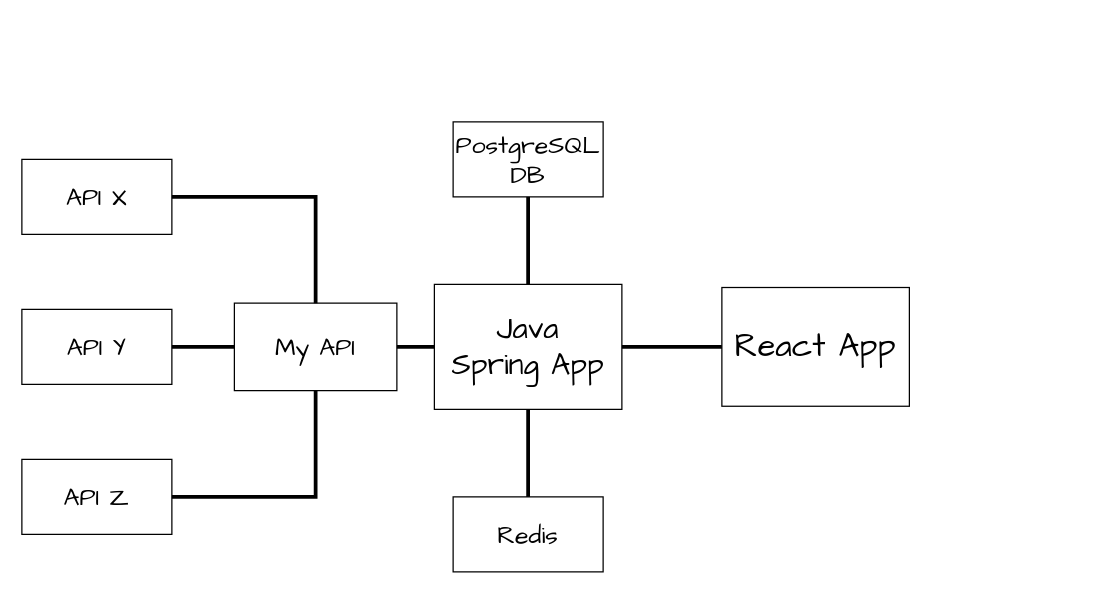
Rozhkov109/panoptium keeps this draw.io diagram as page "App Structure" (1 of 4) of documentation/diagrams/Panoptium.drawio. Above is the earlier version. Source tidied: cells renumbered, new cells numbered last; positions are measured from the earlier drawing's top-left corner, leaving out a move shared by most shapes. Both pictures are drawn from the tidied source at 125%, with x=0, y=0 at pixel (21, 121).
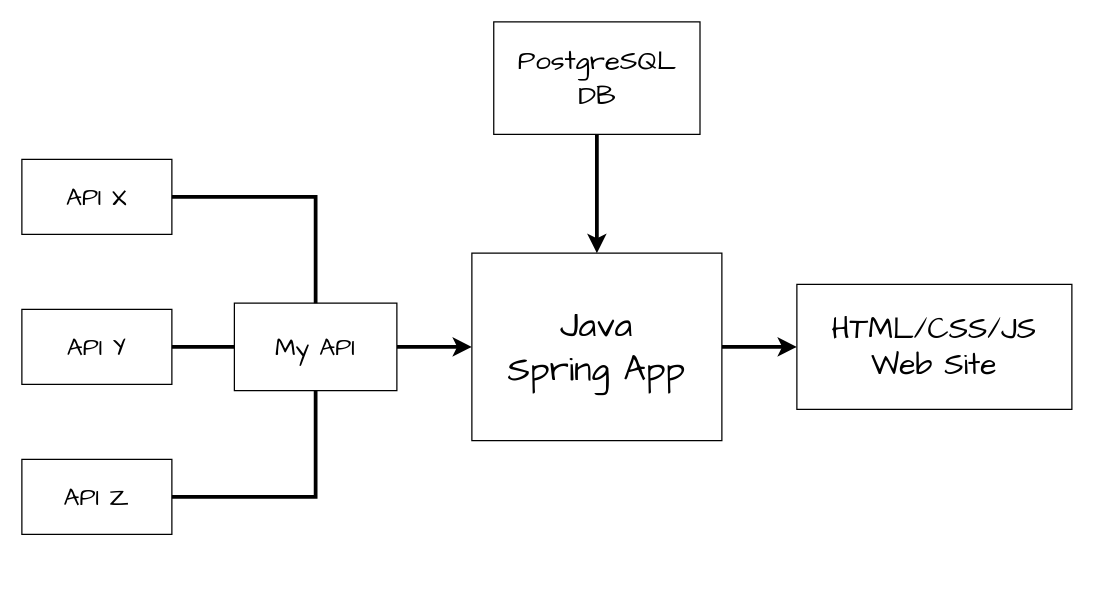
After the change.

What changed in the source:
```diff
@@
 <mxGraphModel>
   <root>
     <mxCell id="0" />
     <mxCell id="1" parent="0" />
     <mxCell id="2" value="&lt;font style=&quot;font-size: 20px;&quot; face=&quot;Comic Sans MS&quot;&gt;API X&lt;/font&gt;" style="rounded=0;whiteSpace=wrap;html=1;" parent="1" vertex="1">
       <mxGeometry y="30" width="120" height="60" as="geometry" />
     </mxCell>
     <mxCell id="3" value="&lt;font style=&quot;font-size: 20px;&quot; face=&quot;Comic Sans MS&quot;&gt;API Y&lt;/font&gt;" style="rounded=0;whiteSpace=wrap;html=1;" parent="1" vertex="1">
       <mxGeometry y="150" width="120" height="60" as="geometry" />
     </mxCell>
     <mxCell id="4" value="&lt;font style=&quot;font-size: 20px;&quot; face=&quot;Comic Sans MS&quot;&gt;API Z&lt;/font&gt;" style="rounded=0;whiteSpace=wrap;html=1;" parent="1" vertex="1">
       <mxGeometry y="270" width="120" height="60" as="geometry" />
     </mxCell>
+    <mxCell id="17" style="edgeStyle=orthogonalEdgeStyle;rounded=0;jettySize=auto;html=1;entryX=0;entryY=0.5;entryDx=0;entryDy=0;strokeWidth=3;" parent="1" edge="1" source="5" target="6">
+      <mxGeometry relative="1" as="geometry" />
+    </mxCell>
     <mxCell id="5" value="&lt;font style=&quot;font-size: 20px;&quot; face=&quot;Comic Sans MS&quot;&gt;My API&lt;/font&gt;" style="rounded=0;whiteSpace=wrap;html=1;" parent="1" vertex="1">
       <mxGeometry x="170" y="145" width="130" height="70" as="geometry" />
     </mxCell>
+    <mxCell id="18" style="edgeStyle=orthogonalEdgeStyle;rounded=0;jettySize=auto;html=1;entryX=0;entryY=0.5;entryDx=0;entryDy=0;strokeColor=default;endArrow=classic;startFill=0;strokeWidth=3;endFill=1;" parent="1" edge="1" source="6" target="19">
+      <mxGeometry relative="1" as="geometry" />
+    </mxCell>
-    <mxCell id="6" value="&lt;font style=&quot;font-size: 24px;&quot; face=&quot;Comic Sans MS&quot;&gt;Java&lt;br&gt;Spring App&lt;/font&gt;" style="rounded=0;whiteSpace=wrap;html=1;" parent="1" vertex="1">
-      <mxGeometry x="330" y="130" width="150" height="100" as="geometry" />
+    <mxCell id="6" value="&lt;font face=&quot;Comic Sans MS&quot;&gt;Java&lt;br&gt;Spring App&lt;/font&gt;" style="rounded=0;whiteSpace=wrap;html=1;fontSize=28;" parent="1" vertex="1">
+      <mxGeometry x="360" y="105" width="200" height="150" as="geometry" />
     </mxCell>
+    <mxCell id="14" style="edgeStyle=orthogonalEdgeStyle;rounded=0;jettySize=auto;html=1;strokeWidth=3;" parent="1" edge="1" source="7" target="6">
+      <mxGeometry relative="1" as="geometry" />
+    </mxCell>
-    <mxCell id="7" value="&lt;font face=&quot;Comic Sans MS&quot;&gt;&lt;span style=&quot;font-size: 20px;&quot;&gt;PostgreSQL&lt;/span&gt;&lt;/font&gt;&lt;div&gt;&lt;font face=&quot;Comic Sans MS&quot;&gt;&lt;span style=&quot;font-size: 20px;&quot;&gt;DB&lt;/span&gt;&lt;/font&gt;&lt;/div&gt;" style="rounded=0;whiteSpace=wrap;html=1;" parent="1" vertex="1">
-      <mxGeometry x="345" width="120" height="60" as="geometry" />
+    <mxCell id="7" value="&lt;font face=&quot;Comic Sans MS&quot;&gt;&lt;span&gt;PostgreSQL&lt;/span&gt;&lt;/font&gt;&lt;div&gt;&lt;font face=&quot;Comic Sans MS&quot;&gt;&lt;span&gt;DB&lt;/span&gt;&lt;/font&gt;&lt;/div&gt;" style="rounded=0;whiteSpace=wrap;html=1;fontSize=22;" parent="1" vertex="1">
+      <mxGeometry x="377.5" y="-80" width="165" height="90" as="geometry" />
     </mxCell>
-    <mxCell id="8" value="&lt;font style=&quot;font-size: 20px;&quot; face=&quot;Comic Sans MS&quot;&gt;Redis&lt;/font&gt;" style="rounded=0;whiteSpace=wrap;html=1;" parent="1" vertex="1">
-      <mxGeometry x="345" y="300" width="120" height="60" as="geometry" />
-    </mxCell>
-    <mxCell id="9" value="&lt;font style=&quot;font-size: 26px;&quot; face=&quot;Comic Sans MS&quot;&gt;React App&lt;/font&gt;" style="rounded=0;whiteSpace=wrap;html=1;" parent="1" vertex="1">
-      <mxGeometry x="560" y="132.5" width="150" height="95" as="geometry" />
-    </mxCell>
     <mxCell id="10" style="endArrow=none;html=1;rounded=0;entryX=0.5;entryY=0;entryDx=0;entryDy=0;exitX=1;exitY=0.5;exitDx=0;exitDy=0;strokeWidth=3;" parent="1" edge="1" source="2" target="5">
       <mxGeometry relative="1" as="geometry">
         <Array as="points">
           <mxPoint x="235" y="60" />
         </Array>
       </mxGeometry>
     </mxCell>
     <mxCell id="11" style="endArrow=none;html=1;rounded=0;entryX=0;entryY=0.5;entryDx=0;entryDy=0;exitX=1;exitY=0.5;exitDx=0;exitDy=0;strokeWidth=3;" parent="1" edge="1" source="3" target="5">
       <mxGeometry relative="1" as="geometry" />
     </mxCell>
     <mxCell id="12" style="endArrow=none;html=1;rounded=0;entryX=0.5;entryY=1;entryDx=0;entryDy=0;exitX=1;exitY=0.5;exitDx=0;exitDy=0;strokeWidth=3;" parent="1" edge="1" source="4" target="5">
       <mxGeometry relative="1" as="geometry">
         <Array as="points">
           <mxPoint x="235" y="300" />
         </Array>
       </mxGeometry>
     </mxCell>
-    <mxCell id="13" style="endArrow=none;html=1;rounded=0;exitX=0;exitY=0.5;exitDx=0;exitDy=0;strokeWidth=3;entryX=1;entryY=0.5;entryDx=0;entryDy=0;" parent="1" edge="1" source="6" target="5">
-      <mxGeometry relative="1" as="geometry" />
-    </mxCell>
-    <mxCell id="14" style="endArrow=none;html=1;rounded=0;entryX=0.5;entryY=0;entryDx=0;entryDy=0;exitX=0.5;exitY=1;exitDx=0;exitDy=0;strokeWidth=3;" parent="1" edge="1" source="7" target="6">
-      <mxGeometry relative="1" as="geometry" />
-    </mxCell>
-    <mxCell id="15" style="endArrow=none;html=1;rounded=0;entryX=0.5;entryY=0;entryDx=0;entryDy=0;exitX=0.5;exitY=1;exitDx=0;exitDy=0;strokeWidth=3;" parent="1" edge="1" source="6" target="8">
-      <mxGeometry relative="1" as="geometry" />
-    </mxCell>
-    <mxCell id="16" style="endArrow=none;html=1;rounded=0;entryX=0;entryY=0.5;entryDx=0;entryDy=0;exitX=1;exitY=0.5;exitDx=0;exitDy=0;strokeWidth=3;" parent="1" edge="1" source="6" target="9">
-      <mxGeometry relative="1" as="geometry" />
-    </mxCell>
+    <mxCell id="19" value="&lt;font face=&quot;Comic Sans MS&quot;&gt;&lt;span style=&quot;font-size: 24px;&quot;&gt;HTML/CSS/JS&lt;/span&gt;&lt;/font&gt;&lt;div&gt;&lt;font face=&quot;Comic Sans MS&quot;&gt;&lt;span style=&quot;font-size: 24px;&quot;&gt;Web Site&lt;/span&gt;&lt;/font&gt;&lt;/div&gt;" style="rounded=0;whiteSpace=wrap;html=1;" parent="1" vertex="1">
+      <mxGeometry x="620" y="130" width="220" height="100" as="geometry" />
+    </mxCell>
   </root>
 </mxGraphModel>
```
